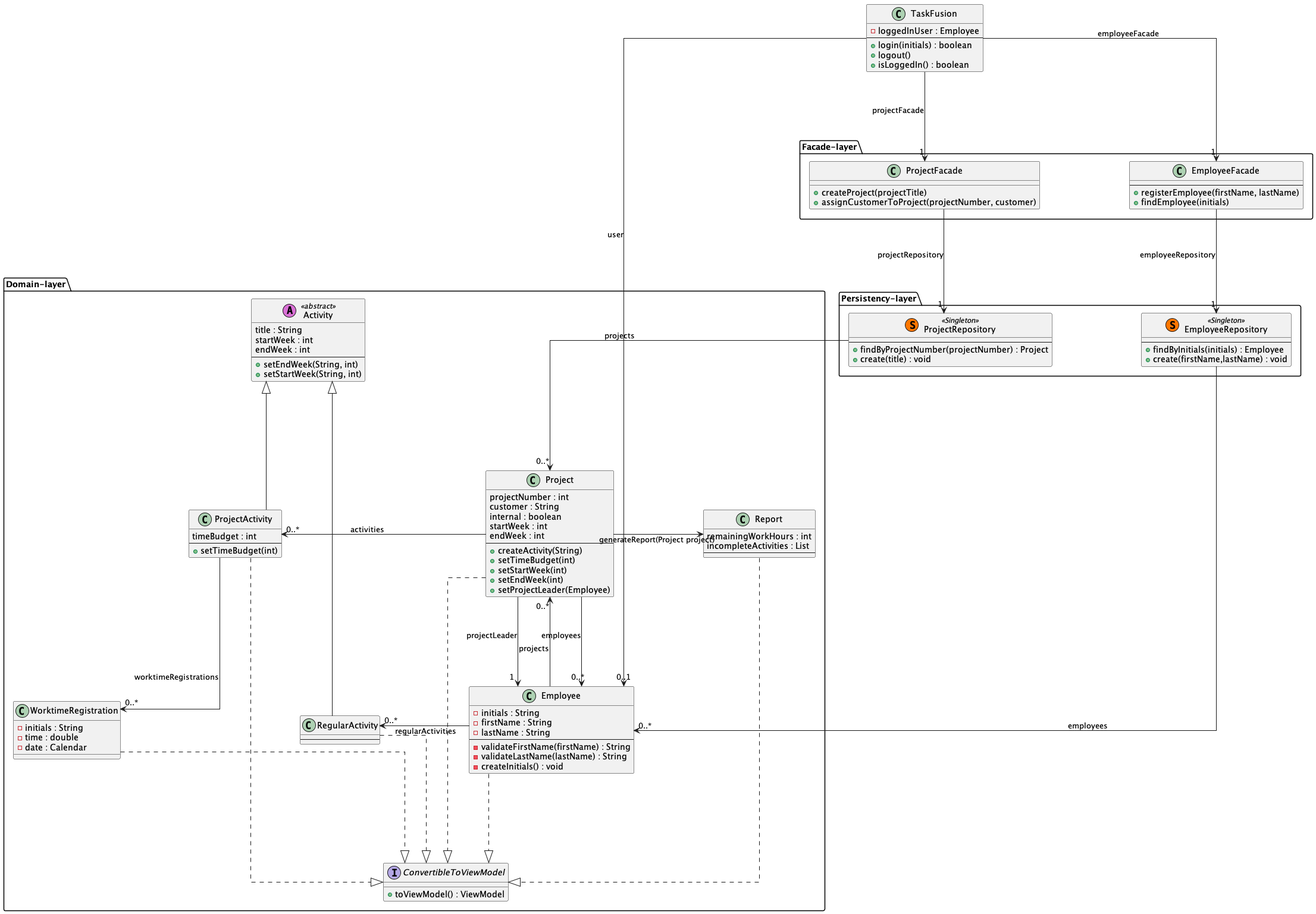
The PlantUML diagram TaskFusion/out/assets/diagrams/class_persistency/ClassDiagram.png in rwiuff/02161ExamProject, before a commit. The source it was exported from:
```plantuml
@startuml ClassDiagram
skinparam linetype ortho
skinparam Nodesep 150
skinparam Ranksep 150



class "TaskFusion" as app{
    - loggedInUser : Employee
    --
    + login(initials) : boolean
    + logout()
    + isLoggedIn() : boolean
}

package "Facade-layer" {

    class EmployeeFacade {
        --
        + registerEmployee(firstName, lastName)
        + findEmployee(initials)
    }

    class ProjectFacade {
        + createProject(projectTitle)
        + assignCustomerToProject(projectNumber, customer)
    }
}


package "Persistency-layer" {
    class ProjectRepository << (S,#FF7700) Singleton >>{
        --
        + findByProjectNumber(projectNumber) : Project
        + create(title) : void
    }

    class EmployeeRepository << (S,#FF7700) Singleton >>{
        --
        + findByInitials(initials) : Employee
        + create(firstName,lastName) : void
    }

}


package "Domain-layer" {

    interface ConvertibleToViewModel{
        + toViewModel() : ViewModel
    }

    class Report {
        remainingWorkHours : int
        incompleteActivities : List
        --
    }

    class Project{
        projectNumber : int
        customer : String
        internal : boolean
        startWeek : int
        endWeek : int
        --
        + createActivity(String)
        + setTimeBudget(int)
        + setStartWeek(int)
        + setEndWeek(int)
        + setProjectLeader(Employee)
    }

    class ProjectActivity{
        timeBudget : int
        --
        + setTimeBudget(int)
    }

    class Activity <<(A, orchid)abstract>>{
        title : String
        startWeek : int
        endWeek : int
        --
        + setEndWeek(String, int)
        + setStartWeek(String, int)
    }
    class RegularActivity{
        --
    }

    class Employee{
        - initials : String
        - firstName : String
        - lastName : String
        --
        - validateFirstName(firstName) : String
        - validateLastName(lastName) : String
        - createInitials() : void
    }

    class WorktimeRegistration {
        - initials : String
        - time : double
        - date : Calendar
    }

}
app --> "1" ProjectFacade : projectFacade
app --> "1" EmployeeFacade : employeeFacade

ProjectFacade --> "1" ProjectRepository : projectRepository
EmployeeFacade --> "1" EmployeeRepository : employeeRepository

ProjectRepository --> "0..*" Project : projects
Project -> Report : generateReport(Project project)

EmployeeRepository --> "0..*" Employee : employees

app --> "0..1" Employee : user

Activity <|-- ProjectActivity
Activity <|- RegularActivity

Project --> "1" Employee : projectLeader
Project --> "0..*" Employee : employees
Employee --> "0..*" Project : projects
Project -> "0..*" ProjectActivity : activities
Employee -> "0..*" RegularActivity : regularActivities

ProjectActivity --> "0..*" WorktimeRegistration : worktimeRegistrations

Project ..|> ConvertibleToViewModel
Employee ..|> ConvertibleToViewModel
ProjectActivity ..|> ConvertibleToViewModel
RegularActivity ..|> ConvertibleToViewModel
WorktimeRegistration ..|> ConvertibleToViewModel
Report ..|> ConvertibleToViewModel

@enduml
```
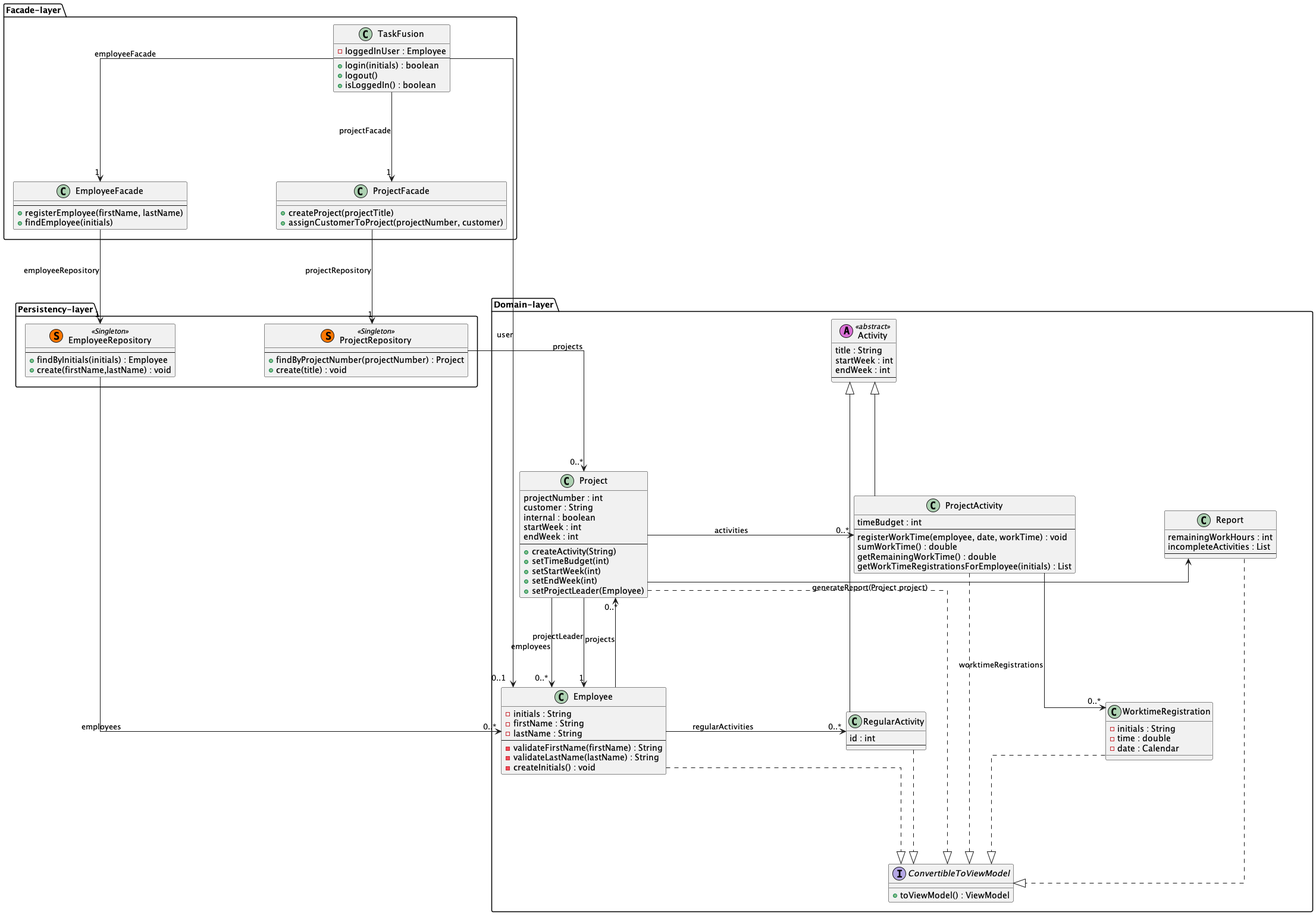
Above is the later version.

Commit message:
updated class diagrams

Diff of the diagram source:
```diff
@@ -5,15 +5,17 @@
 
 
 
-class "TaskFusion" as app{
-    - loggedInUser : Employee
-    --
-    + login(initials) : boolean
-    + logout()
-    + isLoggedIn() : boolean
-}
+
 
 package "Facade-layer" {
+
+    class "TaskFusion" as app{
+        - loggedInUser : Employee
+        --
+        + login(initials) : boolean
+        + logout()
+        + isLoggedIn() : boolean
+    }
 
     class EmployeeFacade {
         --
@@ -73,7 +75,10 @@
     class ProjectActivity{
         timeBudget : int
         --
-        + setTimeBudget(int)
+        registerWorkTime(employee, date, workTime) : void
+        sumWorkTime() : double
+        getRemainingWorkTime() : double
+        getWorkTimeRegistrationsForEmployee(initials) : List
     }
 
     class Activity <<(A, orchid)abstract>>{
@@ -81,10 +86,9 @@
         startWeek : int
         endWeek : int
         --
-        + setEndWeek(String, int)
-        + setStartWeek(String, int)
     }
     class RegularActivity{
+        id : int
         --
     }
 
```
